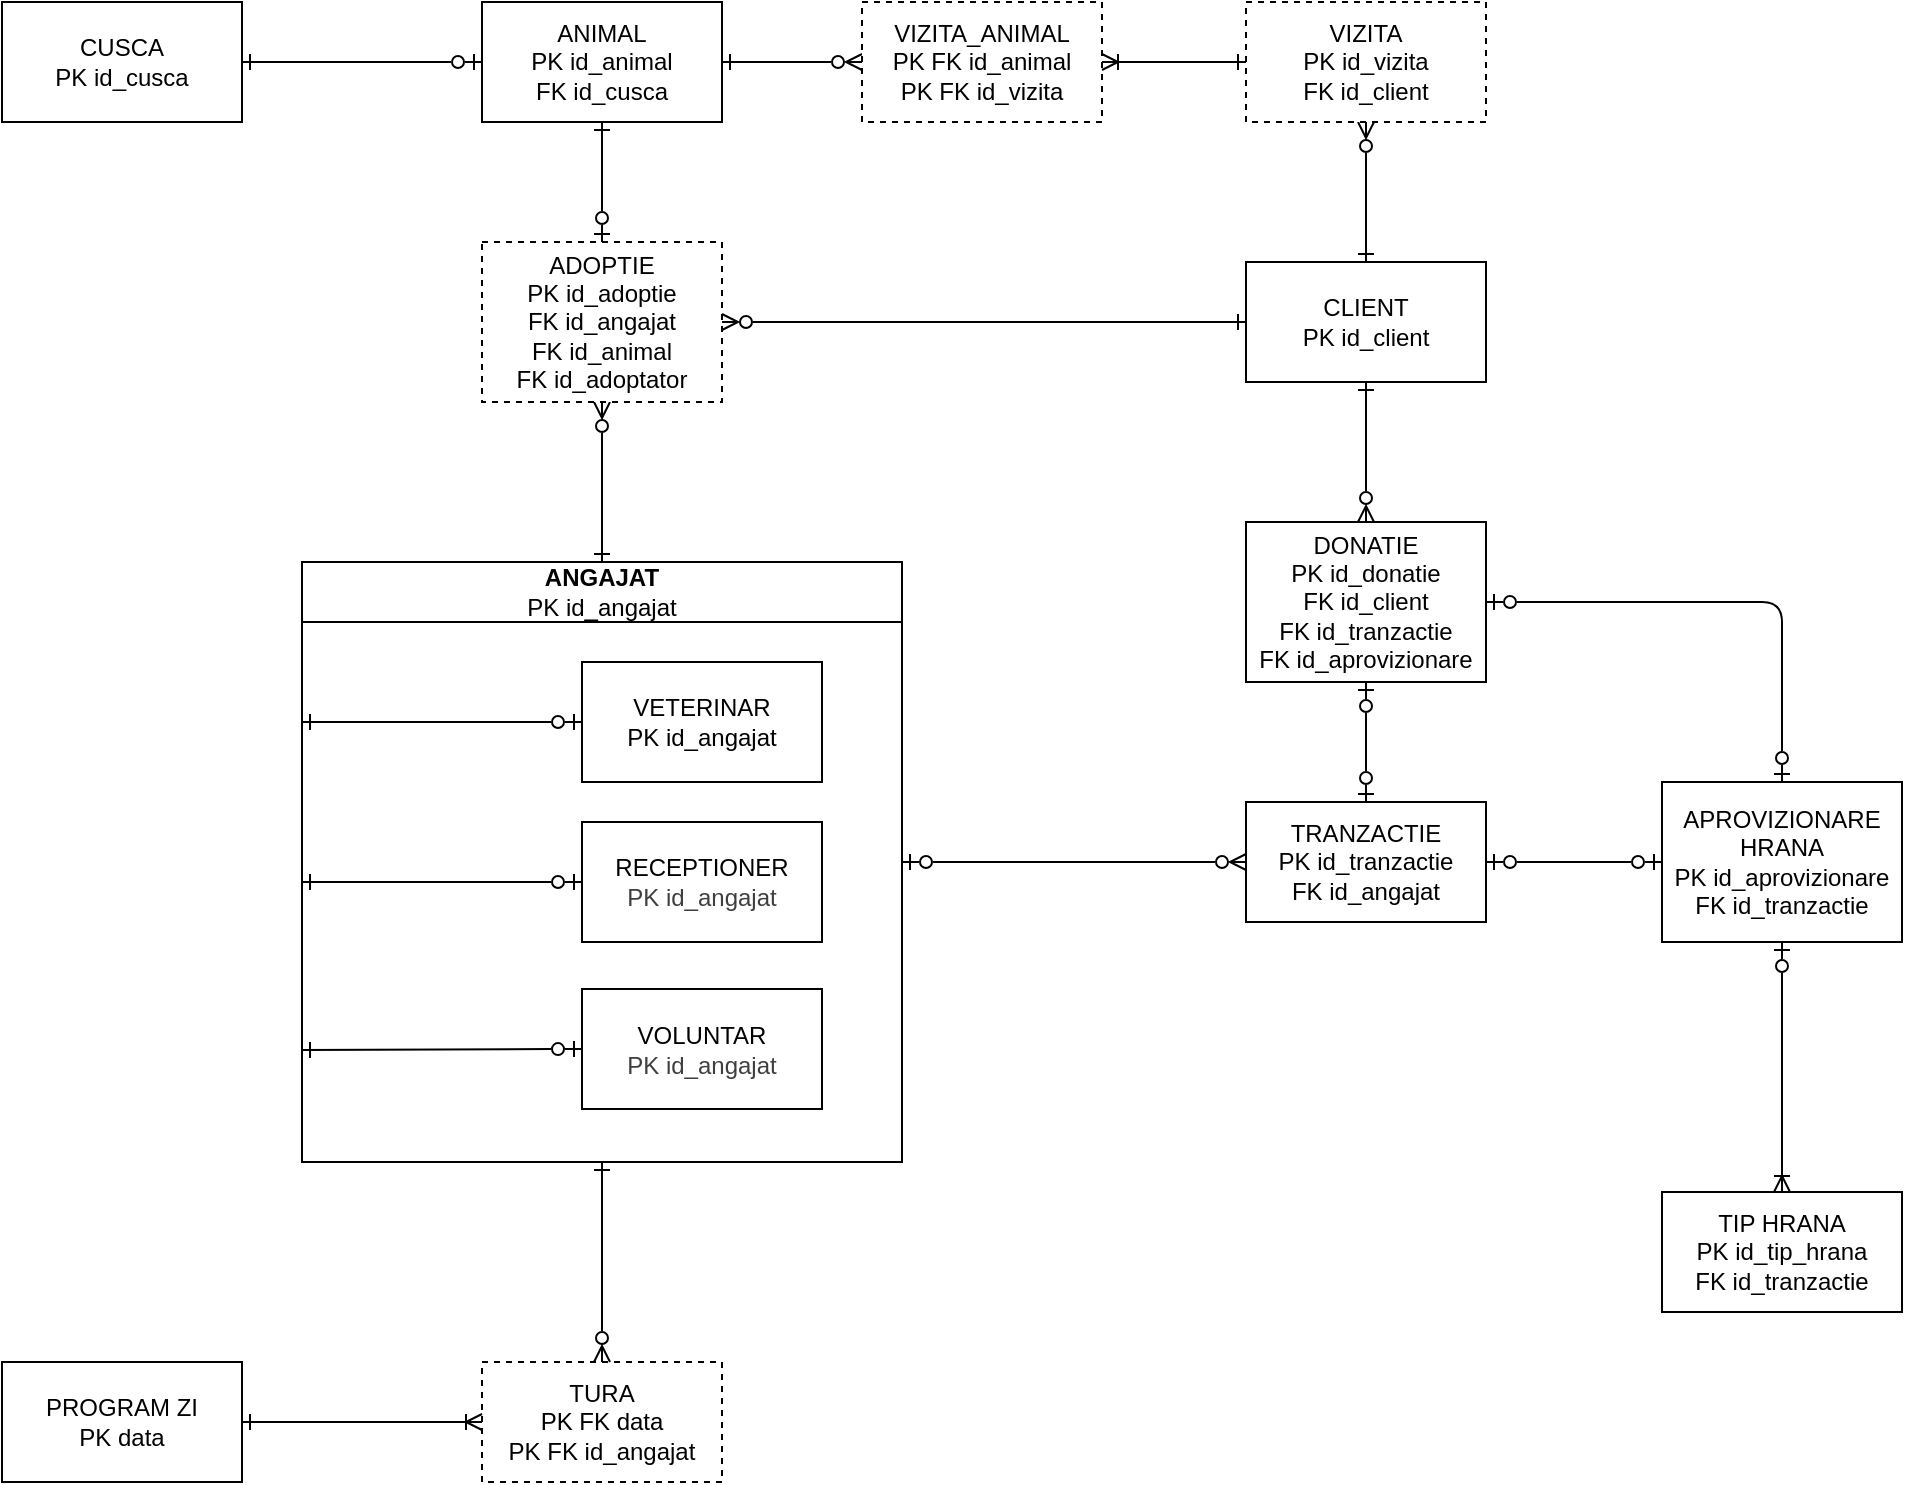
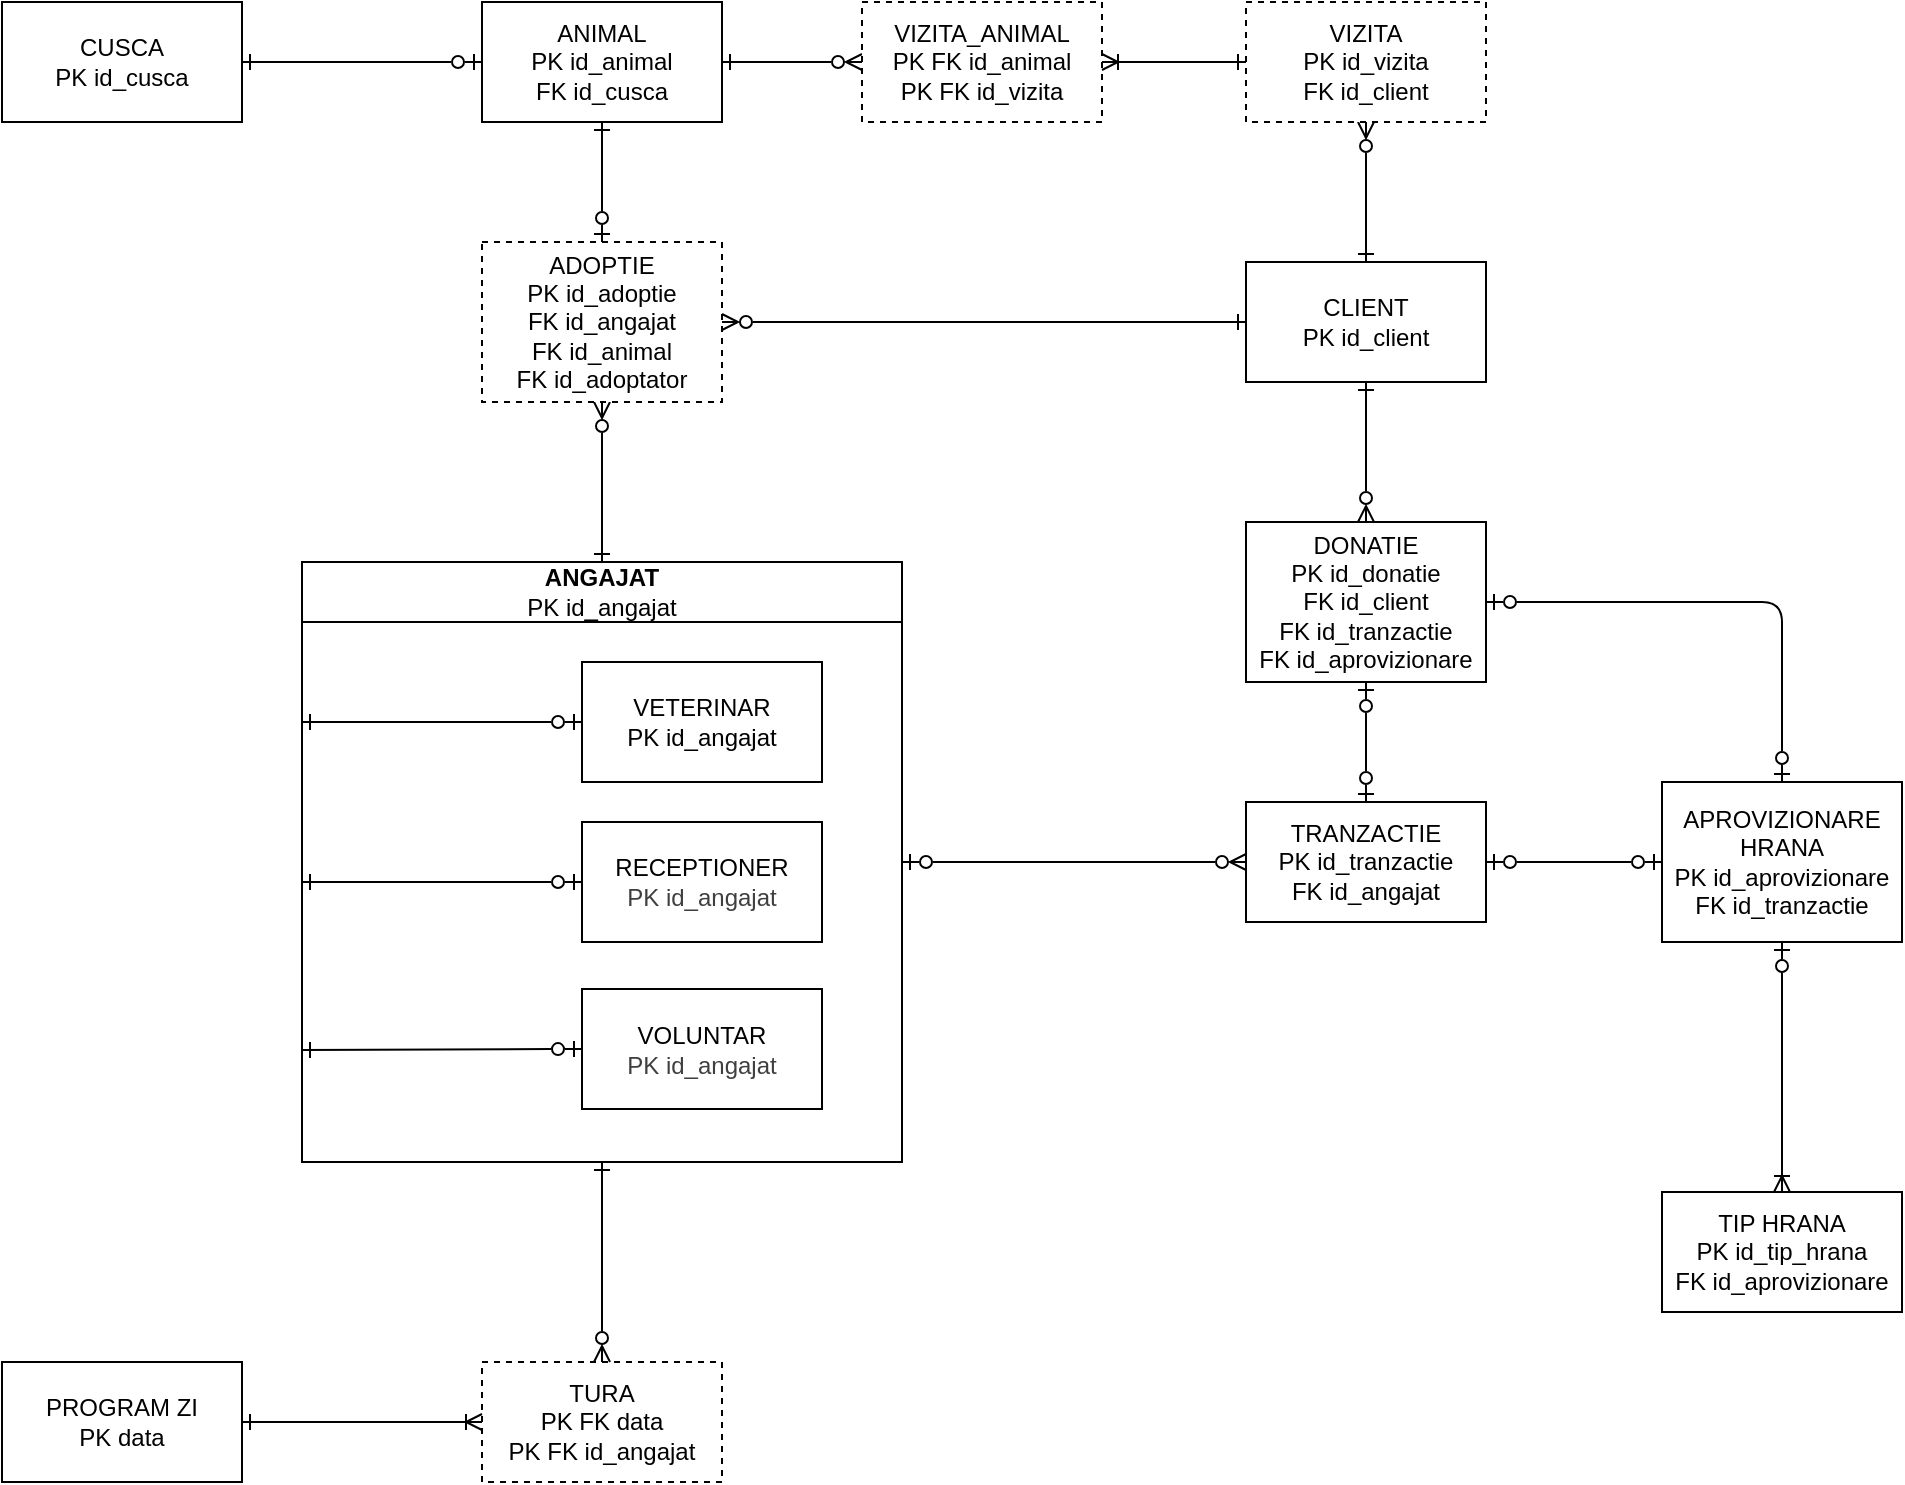
<mxfile host="65bd71144e">
    <diagram id="A1t5_ixmi6wKDEfljeF3" name="Page-1">
-         <mxGraphModel dx="361" dy="254" grid="1" gridSize="10" guides="1" tooltips="1" connect="1" arrows="1" fold="1" page="1" pageScale="1" pageWidth="1169" pageHeight="827" math="0" shadow="0">
+         <mxGraphModel dx="766" dy="254" grid="1" gridSize="10" guides="1" tooltips="1" connect="1" arrows="1" fold="1" page="1" pageScale="1" pageWidth="1169" pageHeight="827" math="0" shadow="0">
            <root>
                <mxCell id="0"/>
                <mxCell id="1" parent="0"/>
                <mxCell id="14" value="ANIMAL&lt;div&gt;PK id_animal&lt;/div&gt;&lt;div&gt;FK id_cusca&lt;/div&gt;" style="rounded=0;whiteSpace=wrap;html=1;" parent="1" vertex="1">
                    <mxGeometry x="440" y="60" width="120" height="60" as="geometry"/>
                </mxCell>
                <mxCell id="17" value="&lt;div&gt;&lt;font color=&quot;#000000&quot;&gt;CLIENT&lt;/font&gt;&lt;/div&gt;&lt;div&gt;PK id_client&lt;/div&gt;" style="rounded=0;whiteSpace=wrap;html=1;" parent="1" vertex="1">
                    <mxGeometry x="822" y="190" width="120" height="60" as="geometry"/>
                </mxCell>
                <mxCell id="41" value="" style="group" parent="1" vertex="1" connectable="0">
                    <mxGeometry x="350" y="340" width="300" height="300" as="geometry"/>
                </mxCell>
                <mxCell id="16" value="ANGAJAT&lt;div&gt;&lt;span style=&quot;font-weight: normal;&quot;&gt;PK id_angajat&lt;/span&gt;&lt;/div&gt;" style="swimlane;whiteSpace=wrap;html=1;container=0;startSize=30;" parent="41" vertex="1">
                    <mxGeometry width="300" height="300" as="geometry">
                        <mxRectangle x="280" y="160" width="90" height="30" as="alternateBounds"/>
                    </mxGeometry>
                </mxCell>
                <mxCell id="31" value="" style="endArrow=ERzeroToOne;html=1;entryX=0;entryY=0.5;entryDx=0;entryDy=0;endFill=0;startArrow=ERone;startFill=0;" parent="41" target="21" edge="1">
                    <mxGeometry relative="1" as="geometry">
                        <mxPoint y="244" as="sourcePoint"/>
                        <mxPoint x="170" y="130" as="targetPoint"/>
                    </mxGeometry>
                </mxCell>
                <mxCell id="35" value="" style="endArrow=ERzeroToOne;html=1;entryX=0;entryY=0.5;entryDx=0;entryDy=0;endFill=0;startArrow=ERone;startFill=0;" parent="41" target="19" edge="1">
                    <mxGeometry relative="1" as="geometry">
                        <mxPoint y="80" as="sourcePoint"/>
                        <mxPoint x="170" y="130" as="targetPoint"/>
                        <Array as="points">
                            <mxPoint y="80"/>
                        </Array>
                    </mxGeometry>
                </mxCell>
                <mxCell id="19" value="VETERINAR&lt;div&gt;PK id_angajat&lt;/div&gt;" style="rounded=0;whiteSpace=wrap;html=1;container=0;" parent="41" vertex="1">
                    <mxGeometry x="140" y="50" width="120" height="60" as="geometry"/>
                </mxCell>
                <mxCell id="20" value="RECEPTIONER&lt;div&gt;&lt;span style=&quot;color: rgb(63, 63, 63);&quot;&gt;PK id_angajat&lt;/span&gt;&lt;/div&gt;" style="rounded=0;whiteSpace=wrap;html=1;container=0;" parent="41" vertex="1">
                    <mxGeometry x="140" y="130" width="120" height="60" as="geometry"/>
                </mxCell>
                <mxCell id="21" value="VOLUNTAR&lt;div&gt;&lt;span style=&quot;color: rgb(63, 63, 63);&quot;&gt;PK id_angajat&lt;/span&gt;&lt;/div&gt;" style="rounded=0;whiteSpace=wrap;html=1;container=0;" parent="41" vertex="1">
                    <mxGeometry x="140" y="213.5" width="120" height="60" as="geometry"/>
                </mxCell>
                <mxCell id="27" value="" style="endArrow=ERzeroToOne;html=1;entryX=0;entryY=0.5;entryDx=0;entryDy=0;endFill=0;startArrow=ERone;startFill=0;" parent="41" target="20" edge="1">
                    <mxGeometry relative="1" as="geometry">
                        <mxPoint y="160" as="sourcePoint"/>
                        <mxPoint x="160" y="170" as="targetPoint"/>
                    </mxGeometry>
                </mxCell>
                <mxCell id="42" value="TURA&lt;div&gt;PK FK data&lt;/div&gt;&lt;div&gt;PK FK id_angajat&lt;/div&gt;" style="rounded=0;whiteSpace=wrap;html=1;dashed=1;" parent="1" vertex="1">
                    <mxGeometry x="440" y="740" width="120" height="60" as="geometry"/>
                </mxCell>
                <mxCell id="44" value="CUSCA&lt;div&gt;PK id_cusca&lt;/div&gt;" style="rounded=0;whiteSpace=wrap;html=1;" parent="1" vertex="1">
                    <mxGeometry x="200" y="60" width="120" height="60" as="geometry"/>
                </mxCell>
                <mxCell id="45" value="" style="endArrow=ERzeroToMany;html=1;entryX=0.5;entryY=1;entryDx=0;entryDy=0;exitX=0.5;exitY=0;exitDx=0;exitDy=0;edgeStyle=orthogonalEdgeStyle;elbow=vertical;endFill=0;startArrow=ERone;startFill=0;" parent="1" source="16" target="91" edge="1">
                    <mxGeometry relative="1" as="geometry">
                        <mxPoint x="370" y="400" as="sourcePoint"/>
                        <mxPoint x="500" y="260" as="targetPoint"/>
                    </mxGeometry>
                </mxCell>
                <mxCell id="49" value="" style="endArrow=ERzeroToMany;html=1;entryX=0.5;entryY=0;entryDx=0;entryDy=0;exitX=0.5;exitY=1;exitDx=0;exitDy=0;endFill=0;startArrow=ERone;startFill=0;" parent="1" source="16" target="42" edge="1">
                    <mxGeometry relative="1" as="geometry">
                        <mxPoint x="90" y="524" as="sourcePoint"/>
                        <mxPoint x="250" y="524" as="targetPoint"/>
                    </mxGeometry>
                </mxCell>
                <mxCell id="54" value="" style="endArrow=ERone;html=1;exitX=1;exitY=0.5;exitDx=0;exitDy=0;entryX=0;entryY=0.5;entryDx=0;entryDy=0;endFill=0;startArrow=ERzeroToMany;startFill=0;" parent="1" source="91" target="17" edge="1">
                    <mxGeometry relative="1" as="geometry">
                        <mxPoint x="590" y="220" as="sourcePoint"/>
                        <mxPoint x="530" y="400" as="targetPoint"/>
                    </mxGeometry>
                </mxCell>
                <mxCell id="58" value="" style="endArrow=ERzeroToOne;html=1;exitX=0.5;exitY=1;exitDx=0;exitDy=0;entryX=0.5;entryY=0;entryDx=0;entryDy=0;endFill=0;startArrow=ERone;startFill=0;" parent="1" source="14" target="91" edge="1">
                    <mxGeometry relative="1" as="geometry">
                        <mxPoint x="370" y="400" as="sourcePoint"/>
                        <mxPoint x="500" y="180" as="targetPoint"/>
                    </mxGeometry>
                </mxCell>
                <mxCell id="62" value="" style="endArrow=ERzeroToOne;html=1;exitX=1;exitY=0.5;exitDx=0;exitDy=0;entryX=0;entryY=0.5;entryDx=0;entryDy=0;endFill=0;startArrow=ERone;startFill=0;" parent="1" source="44" target="14" edge="1">
                    <mxGeometry relative="1" as="geometry">
                        <mxPoint x="370" y="400" as="sourcePoint"/>
                        <mxPoint x="530" y="400" as="targetPoint"/>
                    </mxGeometry>
                </mxCell>
                <mxCell id="72" value="" style="endArrow=ERone;html=1;entryX=0.5;entryY=0;entryDx=0;entryDy=0;endFill=0;exitX=0.5;exitY=1;exitDx=0;exitDy=0;startArrow=ERzeroToMany;startFill=0;" parent="1" source="90" target="17" edge="1">
                    <mxGeometry relative="1" as="geometry">
                        <mxPoint x="1102" y="190" as="sourcePoint"/>
                        <mxPoint x="682" y="490" as="targetPoint"/>
                    </mxGeometry>
                </mxCell>
                <mxCell id="78" value="" style="endArrow=ERzeroToMany;html=1;exitX=1;exitY=0.5;exitDx=0;exitDy=0;endFill=0;entryX=0;entryY=0.5;entryDx=0;entryDy=0;startArrow=ERone;startFill=0;" parent="1" source="14" target="92" edge="1">
                    <mxGeometry relative="1" as="geometry">
                        <mxPoint x="670" y="89.55000000000001" as="sourcePoint"/>
                        <mxPoint x="900" y="100" as="targetPoint"/>
                        <Array as="points"/>
                    </mxGeometry>
                </mxCell>
                <mxCell id="83" value="PROGRAM ZI&lt;div&gt;PK data&lt;/div&gt;" style="rounded=0;whiteSpace=wrap;html=1;" parent="1" vertex="1">
                    <mxGeometry x="200" y="740" width="120" height="60" as="geometry"/>
                </mxCell>
                <mxCell id="84" value="" style="endArrow=ERoneToMany;html=1;exitX=1;exitY=0.5;exitDx=0;exitDy=0;entryX=0;entryY=0.5;entryDx=0;entryDy=0;endFill=0;startArrow=ERone;startFill=0;" parent="1" source="83" target="42" edge="1">
                    <mxGeometry relative="1" as="geometry">
                        <mxPoint x="440" y="710" as="sourcePoint"/>
                        <mxPoint x="600" y="710" as="targetPoint"/>
                    </mxGeometry>
                </mxCell>
                <mxCell id="90" value="VIZITA&lt;div&gt;PK id_vizita&lt;/div&gt;&lt;div&gt;FK id_client&lt;/div&gt;" style="rounded=0;whiteSpace=wrap;html=1;dashed=1;" parent="1" vertex="1">
                    <mxGeometry x="822" y="60" width="120" height="60" as="geometry"/>
                </mxCell>
                <mxCell id="91" value="ADOPTIE&lt;div&gt;PK id_adoptie&lt;/div&gt;&lt;div&gt;FK id_angajat&lt;/div&gt;&lt;div&gt;FK id_animal&lt;/div&gt;&lt;div&gt;FK id_adoptator&lt;/div&gt;" style="rounded=0;whiteSpace=wrap;html=1;dashed=1;" parent="1" vertex="1">
                    <mxGeometry x="440" y="180" width="120" height="80" as="geometry"/>
                </mxCell>
                <mxCell id="92" value="VIZITA_ANIMAL&lt;div&gt;PK FK id_animal&lt;/div&gt;&lt;div&gt;PK FK id_vizita&lt;/div&gt;" style="rounded=0;whiteSpace=wrap;html=1;dashed=1;" parent="1" vertex="1">
                    <mxGeometry x="630" y="60" width="120" height="60" as="geometry"/>
                </mxCell>
                <mxCell id="93" value="" style="endArrow=ERone;html=1;entryX=0;entryY=0.5;entryDx=0;entryDy=0;exitX=1;exitY=0.5;exitDx=0;exitDy=0;endFill=0;startArrow=ERoneToMany;startFill=0;" parent="1" source="92" target="90" edge="1">
                    <mxGeometry relative="1" as="geometry">
                        <mxPoint x="550" y="160" as="sourcePoint"/>
                        <mxPoint x="710" y="160" as="targetPoint"/>
                    </mxGeometry>
                </mxCell>
                <mxCell id="96" value="TRANZACTIE&lt;div&gt;PK id_tranzactie&lt;/div&gt;&lt;div&gt;FK id_angajat&lt;/div&gt;" style="rounded=0;whiteSpace=wrap;html=1;" parent="1" vertex="1">
                    <mxGeometry x="822" y="460" width="120" height="60" as="geometry"/>
                </mxCell>
                <mxCell id="97" value="" style="endArrow=ERzeroToMany;html=1;exitX=1;exitY=0.5;exitDx=0;exitDy=0;entryX=0;entryY=0.5;entryDx=0;entryDy=0;endFill=0;startArrow=ERzeroToOne;startFill=0;" parent="1" source="16" target="96" edge="1">
                    <mxGeometry relative="1" as="geometry">
                        <mxPoint x="699" y="535" as="sourcePoint"/>
                        <mxPoint x="809" y="275" as="targetPoint"/>
                    </mxGeometry>
                </mxCell>
                <mxCell id="101" value="DONATIE&lt;div&gt;PK id_donatie&lt;/div&gt;&lt;div&gt;FK id_client&lt;/div&gt;&lt;div&gt;FK id_tranzactie&lt;/div&gt;&lt;div&gt;FK id_aprovizionare&lt;/div&gt;" style="rounded=0;whiteSpace=wrap;html=1;" parent="1" vertex="1">
                    <mxGeometry x="822" y="320" width="120" height="80" as="geometry"/>
                </mxCell>
                <mxCell id="102" value="APROVIZIONARE&lt;div&gt;HRANA&lt;/div&gt;&lt;div&gt;PK id_aprovizionare&lt;/div&gt;&lt;div&gt;FK id_tranzactie&lt;/div&gt;" style="rounded=0;whiteSpace=wrap;html=1;" parent="1" vertex="1">
                    <mxGeometry x="1030" y="450" width="120" height="80" as="geometry"/>
                </mxCell>
-                 <mxCell id="103" value="TIP HRANA&lt;div&gt;PK id_tip_hrana&lt;/div&gt;&lt;div&gt;FK id_tranzactie&lt;/div&gt;" style="rounded=0;whiteSpace=wrap;html=1;" parent="1" vertex="1">
+                 <mxCell id="103" value="TIP HRANA&lt;div&gt;PK id_tip_hrana&lt;/div&gt;&lt;div&gt;FK id_aprovizionare&lt;/div&gt;" style="rounded=0;whiteSpace=wrap;html=1;" parent="1" vertex="1">
                    <mxGeometry x="1030" y="655" width="120" height="60" as="geometry"/>
                </mxCell>
                <mxCell id="104" value="" style="endArrow=ERzeroToOne;html=1;exitX=0.5;exitY=1;exitDx=0;exitDy=0;endFill=0;startArrow=ERzeroToOne;startFill=0;entryX=0.5;entryY=0;entryDx=0;entryDy=0;" parent="1" source="101" target="96" edge="1">
                    <mxGeometry relative="1" as="geometry">
                        <mxPoint x="709" y="545" as="sourcePoint"/>
                        <mxPoint x="859" y="505" as="targetPoint"/>
                    </mxGeometry>
                </mxCell>
                <mxCell id="107" value="" style="endArrow=ERzeroToOne;html=1;exitX=1;exitY=0.5;exitDx=0;exitDy=0;entryX=0;entryY=0.5;entryDx=0;entryDy=0;endFill=0;startArrow=ERzeroToOne;startFill=0;" parent="1" source="96" target="102" edge="1">
                    <mxGeometry relative="1" as="geometry">
                        <mxPoint x="939" y="570" as="sourcePoint"/>
                        <mxPoint x="1039" y="570" as="targetPoint"/>
                    </mxGeometry>
                </mxCell>
                <mxCell id="111" value="" style="endArrow=ERoneToMany;html=1;entryX=0.5;entryY=0;entryDx=0;entryDy=0;endFill=0;exitX=0.5;exitY=1;exitDx=0;exitDy=0;startArrow=ERzeroToOne;startFill=0;" parent="1" source="102" target="103" edge="1">
                    <mxGeometry relative="1" as="geometry">
                        <mxPoint x="1110" y="635" as="sourcePoint"/>
                        <mxPoint x="930" y="395" as="targetPoint"/>
                    </mxGeometry>
                </mxCell>
                <mxCell id="114" value="" style="endArrow=ERzeroToOne;html=1;exitX=1;exitY=0.5;exitDx=0;exitDy=0;entryX=0.5;entryY=0;entryDx=0;entryDy=0;endFill=0;startArrow=ERzeroToOne;startFill=0;" parent="1" source="101" target="102" edge="1">
                    <mxGeometry relative="1" as="geometry">
                        <mxPoint x="959" y="685" as="sourcePoint"/>
                        <mxPoint x="1089" y="685" as="targetPoint"/>
                        <Array as="points">
                            <mxPoint x="1090" y="360"/>
                        </Array>
                    </mxGeometry>
                </mxCell>
                <mxCell id="118" value="" style="endArrow=ERzeroToMany;html=1;entryX=0.5;entryY=0;entryDx=0;entryDy=0;endFill=0;exitX=0.5;exitY=1;exitDx=0;exitDy=0;startArrow=ERone;startFill=0;" parent="1" source="17" target="101" edge="1">
                    <mxGeometry relative="1" as="geometry">
                        <mxPoint x="859" y="295" as="sourcePoint"/>
                        <mxPoint x="869" y="245" as="targetPoint"/>
                    </mxGeometry>
                </mxCell>
            </root>
        </mxGraphModel>
    </diagram>
</mxfile>